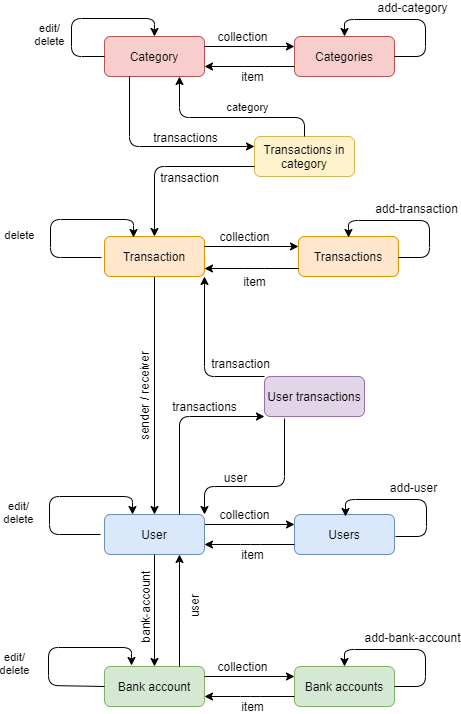
The draw.io diagram images/Ex3.png in jkursula/PWP, before a commit. Source tidied: cells renumbered, new cells last; positions are measured from the earlier drawing's top-left corner, leaving out a move shared by most shapes.
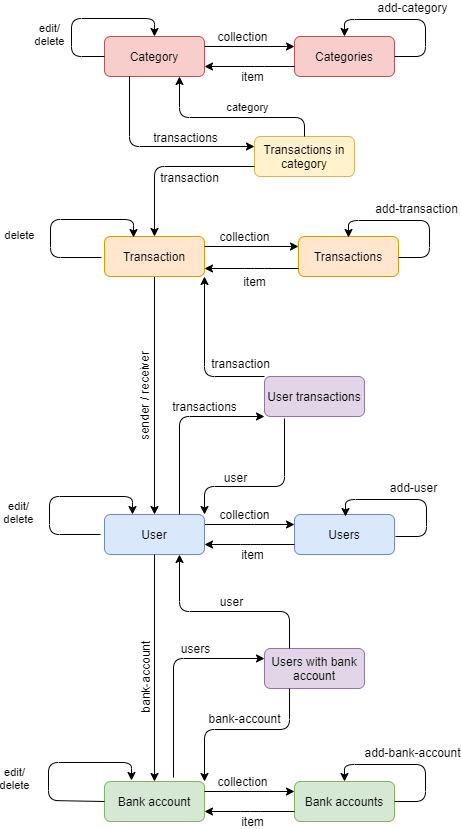
After the commit.

Change to the diagram source:
```diff
@@ -31,10 +31,10 @@
       <mxGeometry x="246" y="496" width="100" height="40" as="geometry" />
     </mxCell>
     <mxCell id="9" value="Bank account" style="rounded=1;whiteSpace=wrap;html=1;fontSize=12;glass=0;strokeWidth=1;shadow=0;fillColor=#d5e8d4;strokeColor=#82b366;" parent="1" vertex="1">
-      <mxGeometry x="56" y="648" width="100" height="40" as="geometry" />
+      <mxGeometry x="56" y="763" width="100" height="40" as="geometry" />
     </mxCell>
     <mxCell id="10" value="Bank accounts" style="rounded=1;whiteSpace=wrap;html=1;fontSize=12;glass=0;strokeWidth=1;shadow=0;fillColor=#d5e8d4;strokeColor=#82b366;" parent="1" vertex="1">
-      <mxGeometry x="246" y="648" width="100" height="40" as="geometry" />
+      <mxGeometry x="246" y="763" width="100" height="40" as="geometry" />
     </mxCell>
     <mxCell id="11" value="Category" style="rounded=1;whiteSpace=wrap;html=1;fontSize=12;glass=0;strokeWidth=1;shadow=0;fillColor=#f8cecc;strokeColor=#b85450;" parent="1" vertex="1">
       <mxGeometry x="56" y="18" width="100" height="40" as="geometry" />
@@ -67,10 +67,10 @@
     </mxCell>
     <mxCell id="16" value="item" style="endArrow=classic;html=1;exitX=0;exitY=0.75;exitDx=0;exitDy=0;fontSize=12;" parent="1" edge="1">
       <mxGeometry x="-0.06" y="10" relative="1" as="geometry">
-        <mxPoint x="246" y="678" as="sourcePoint" />
-        <mxPoint x="156" y="678" as="targetPoint" />
+        <mxPoint x="246" y="793" as="sourcePoint" />
+        <mxPoint x="156" y="793" as="targetPoint" />
         <Array as="points">
-          <mxPoint x="202" y="678" />
+          <mxPoint x="202" y="793" />
         </Array>
       </mxGeometry>
     </mxCell>
@@ -85,8 +85,8 @@
     </mxCell>
     <mxCell id="18" value="collection" style="endArrow=classic;html=1;entryX=0;entryY=0.25;entryDx=0;entryDy=0;fontSize=12;" parent="1" edge="1">
       <mxGeometry x="-0.15" y="10" relative="1" as="geometry">
-        <mxPoint x="156" y="658" as="sourcePoint" />
-        <mxPoint x="246" y="658" as="targetPoint" />
+        <mxPoint x="156" y="773" as="sourcePoint" />
+        <mxPoint x="246" y="773" as="targetPoint" />
       </mxGeometry>
     </mxCell>
     <mxCell id="19" value="collection" style="endArrow=classic;html=1;entryX=0;entryY=0.25;entryDx=0;entryDy=0;strokeWidth=1;fontSize=12;" parent="1" edge="1">
@@ -134,13 +134,6 @@
         <mxPoint x="-9" y="-14" as="offset" />
       </mxGeometry>
     </mxCell>
-    <mxCell id="27" value="user" style="endArrow=classic;html=1;fontSize=12;exitX=0.75;exitY=0;exitDx=0;exitDy=0;entryX=0.75;entryY=1;entryDx=0;entryDy=0;horizontal=0;" parent="1" edge="1" source="9" target="7">
-      <mxGeometry x="0.07" y="-15" relative="1" as="geometry">
-        <Array as="points">
-          <mxPoint x="131" y="588" />
-        </Array>
-      </mxGeometry>
-    </mxCell>
     <mxCell id="28" value="Transactions in category" style="rounded=1;whiteSpace=wrap;html=1;fontSize=12;glass=0;strokeWidth=1;shadow=0;fillColor=#fff2cc;strokeColor=#d6b656;" parent="1" vertex="1">
       <mxGeometry x="206" y="118" width="100" height="40" as="geometry" />
     </mxCell>
@@ -203,12 +196,12 @@
     </mxCell>
     <mxCell id="37" style="endArrow=classic;html=1;exitX=1;exitY=0.5;exitDx=0;exitDy=0;entryX=0.5;entryY=0;entryDx=0;entryDy=0;" parent="1" edge="1">
       <mxGeometry relative="1" as="geometry">
-        <mxPoint x="346" y="668" as="sourcePoint" />
-        <mxPoint x="296" y="648" as="targetPoint" />
+        <mxPoint x="346" y="783" as="sourcePoint" />
+        <mxPoint x="296" y="763" as="targetPoint" />
         <Array as="points">
-          <mxPoint x="377" y="668" />
-          <mxPoint x="377" y="631" />
-          <mxPoint x="296" y="631" />
+          <mxPoint x="377" y="783" />
+          <mxPoint x="377" y="746" />
+          <mxPoint x="296" y="746" />
         </Array>
       </mxGeometry>
     </mxCell>
@@ -265,11 +258,11 @@
     </mxCell>
     <mxCell id="45" style="endArrow=classic;html=1;exitX=0;exitY=0.5;exitDx=0;exitDy=0;entryX=0.5;entryY=0;entryDx=0;entryDy=0;" parent="1" edge="1" source="9">
       <mxGeometry relative="1" as="geometry">
-        <mxPoint x="83" y="647" as="targetPoint" />
+        <mxPoint x="83" y="762" as="targetPoint" />
         <Array as="points">
-          <mxPoint y="667" />
-          <mxPoint y="629" />
-          <mxPoint x="83" y="629" />
+          <mxPoint y="782" />
+          <mxPoint y="744" />
+          <mxPoint x="83" y="744" />
         </Array>
       </mxGeometry>
     </mxCell>
@@ -295,5 +288,32 @@
         </Array>
       </mxGeometry>
     </mxCell>
+    <mxCell id="49" value="Users with bank account" style="rounded=1;whiteSpace=wrap;html=1;fontSize=12;glass=0;strokeWidth=1;shadow=0;fillColor=#e1d5e7;strokeColor=#9673a6;" parent="1" vertex="1">
+      <mxGeometry x="216" y="630" width="100" height="40" as="geometry" />
+    </mxCell>
+    <mxCell id="50" value="users" style="endArrow=classic;html=1;fontSize=12;entryX=0;entryY=0.25;entryDx=0;entryDy=0;horizontal=1;" parent="1" edge="1" target="49">
+      <mxGeometry x="0.34" y="10" relative="1" as="geometry">
+        <mxPoint x="125" y="759" as="sourcePoint" />
+        <Array as="points">
+          <mxPoint x="125" y="640" />
+        </Array>
+      </mxGeometry>
+    </mxCell>
+    <mxCell id="51" value="bank-account" style="endArrow=classic;html=1;fontSize=12;exitX=0.25;exitY=1;exitDx=0;exitDy=0;entryX=1;entryY=0;entryDx=0;entryDy=0;horizontal=1;" parent="1" edge="1" source="49" target="9">
+      <mxGeometry x="-0.03" y="-11" relative="1" as="geometry">
+        <Array as="points">
+          <mxPoint x="241" y="711" />
+          <mxPoint x="156" y="711" />
+        </Array>
+      </mxGeometry>
+    </mxCell>
+    <mxCell id="27" value="user" style="endArrow=classic;html=1;fontSize=12;exitX=0.25;exitY=0;exitDx=0;exitDy=0;entryX=0.75;entryY=1;entryDx=0;entryDy=0;horizontal=1;" parent="1" edge="1" source="49" target="7">
+      <mxGeometry x="-0.07" y="-10" relative="1" as="geometry">
+        <Array as="points">
+          <mxPoint x="241" y="593" />
+          <mxPoint x="131" y="593" />
+        </Array>
+      </mxGeometry>
+    </mxCell>
   </root>
 </mxGraphModel>
```
